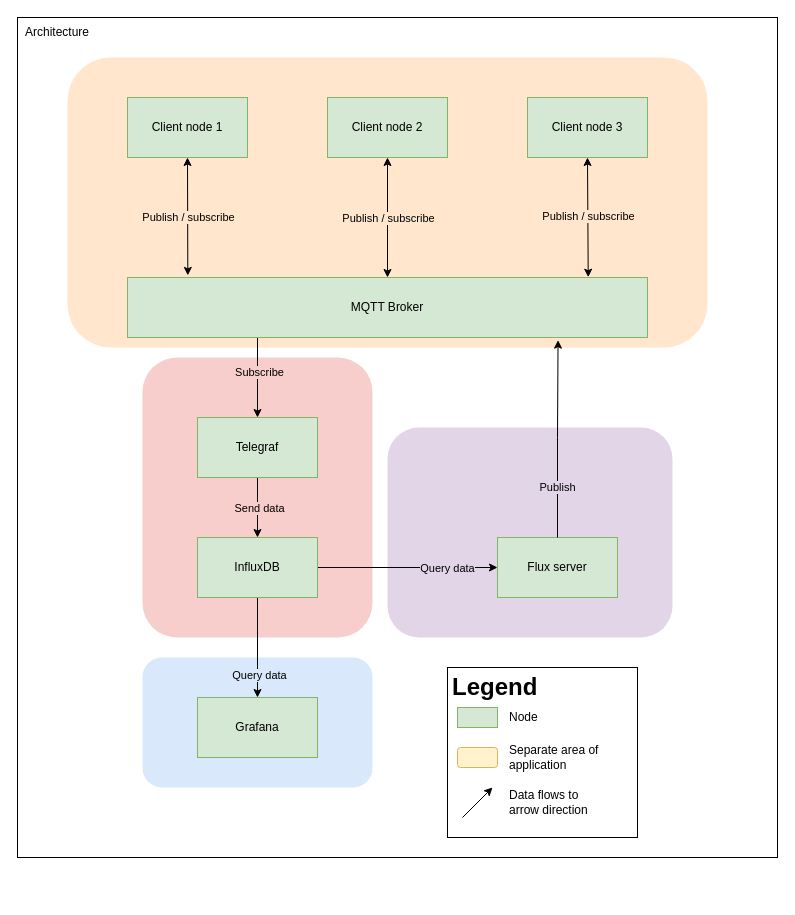
This is distributed-systems.drawio from makeri89/distributed-systems, a draw.io file, before an edit. Source tidied: cells renumbered, new cells numbered last; positions are measured from the earlier drawing's top-left corner, leaving out a move shared by most shapes. Both pictures are drawn from the tidied source at 100%, with x=0, y=0 at pixel (17, 17).
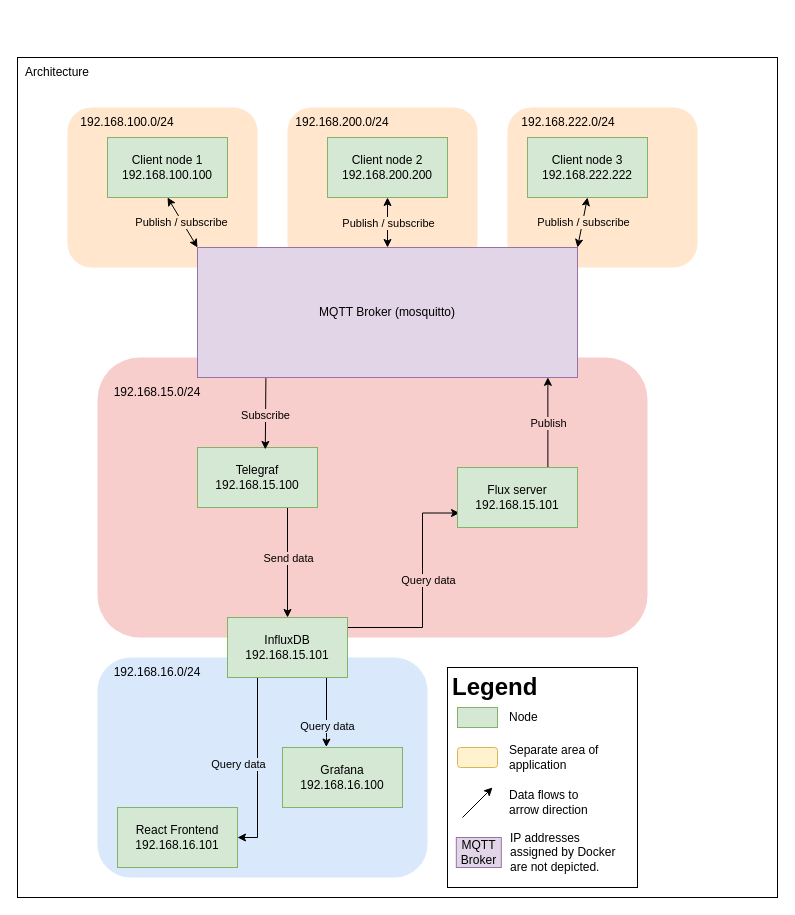
Above is the later version.

Commit message (it also covers changes not shown here):
update architecture drawing

Change to the diagram source:
```diff
@@
     <mxCell id="2" style="rounded=0;whiteSpace=wrap;html=1;" parent="1" vertex="1">
-      <mxGeometry width="760" height="840" as="geometry" />
+      <mxGeometry y="40" width="760" height="840" as="geometry" />
     </mxCell>
-    <mxCell id="3" style="rounded=1;whiteSpace=wrap;html=1;fillColor=#E1D5E7;strokeColor=none;" parent="1" vertex="1">
-      <mxGeometry x="370" y="410" width="285" height="210" as="geometry" />
-    </mxCell>
+    <mxCell id="39" value="&lt;div style=&quot;&quot;&gt;&lt;br&gt;&lt;/div&gt;" style="rounded=1;whiteSpace=wrap;html=1;strokeColor=none;fillColor=#ffe6cc;align=left;" parent="1" vertex="1">
+      <mxGeometry x="490" y="90" width="190" height="160" as="geometry" />
+    </mxCell>
+    <mxCell id="40" value="192.168.222.0/24" style="text;html=1;strokeColor=none;fillColor=none;align=center;verticalAlign=middle;whiteSpace=wrap;rounded=0;" parent="1" vertex="1">
+      <mxGeometry x="521.2" y="90" width="60" height="30" as="geometry" />
+    </mxCell>
+    <mxCell id="41" value="&lt;div style=&quot;&quot;&gt;&lt;br&gt;&lt;/div&gt;" style="rounded=1;whiteSpace=wrap;html=1;strokeColor=none;fillColor=#ffe6cc;align=left;" parent="1" vertex="1">
+      <mxGeometry x="270" y="90" width="190" height="160" as="geometry" />
+    </mxCell>
+    <mxCell id="42" value="192.168.200.0/24" style="text;html=1;strokeColor=none;fillColor=none;align=center;verticalAlign=middle;whiteSpace=wrap;rounded=0;" parent="1" vertex="1">
+      <mxGeometry x="295" y="90" width="60" height="30" as="geometry" />
+    </mxCell>
     <mxCell id="4" style="rounded=1;whiteSpace=wrap;html=1;strokeColor=none;fillColor=#DAE8FC;" parent="1" vertex="1">
-      <mxGeometry x="125" y="640" width="230" height="130" as="geometry" />
+      <mxGeometry x="80" y="640" width="330" height="220" as="geometry" />
     </mxCell>
     <mxCell id="5" style="rounded=1;whiteSpace=wrap;html=1;fillColor=#F8CECC;strokeColor=none;" parent="1" vertex="1">
-      <mxGeometry x="125" y="340" width="230" height="280" as="geometry" />
+      <mxGeometry x="80" y="340" width="550" height="280" as="geometry" />
     </mxCell>
-    <mxCell id="6" style="rounded=1;whiteSpace=wrap;html=1;strokeColor=none;fillColor=#ffe6cc;" parent="1" vertex="1">
-      <mxGeometry x="50" y="40" width="640" height="290" as="geometry" />
+    <mxCell id="6" value="&lt;div style=&quot;&quot;&gt;&lt;br&gt;&lt;/div&gt;" style="rounded=1;whiteSpace=wrap;html=1;strokeColor=none;fillColor=#ffe6cc;align=left;" parent="1" vertex="1">
+      <mxGeometry x="50" y="90" width="190" height="160" as="geometry" />
     </mxCell>
-    <mxCell id="7" style="edgeStyle=orthogonalEdgeStyle;rounded=0;jettySize=auto;html=1;exitX=0.25;exitY=1;exitDx=0;exitDy=0;entryX=0.5;entryY=0;entryDx=0;entryDy=0;" parent="1" edge="1" source="9" target="21">
-      <mxGeometry relative="1" as="geometry" />
-    </mxCell>
-    <mxCell id="8" value="Subscribe" style="edgeLabel;html=1;align=center;verticalAlign=middle;labelBackgroundColor=#F8CECC;" parent="7" vertex="1">
-      <mxGeometry x="-0.14" y="1" relative="1" as="geometry" />
-    </mxCell>
-    <mxCell id="9" value="&lt;div&gt;MQTT Broker&lt;/div&gt;" style="rounded=0;whiteSpace=wrap;html=1;fillColor=#d5e8d4;strokeColor=#82b366;" parent="1" vertex="1">
-      <mxGeometry x="110" y="260" width="520" height="60" as="geometry" />
+    <mxCell id="9" value="MQTT Broker (mosquitto)" style="rounded=0;whiteSpace=wrap;html=1;fillColor=#e1d5e7;strokeColor=#9673a6;glass=0;shadow=0;" parent="1" vertex="1">
+      <mxGeometry x="180" y="230" width="380" height="130" as="geometry" />
     </mxCell>
-    <mxCell id="10" value="&lt;div&gt;Client node 1&lt;br&gt;&lt;/div&gt;" style="rounded=0;whiteSpace=wrap;html=1;fillColor=#d5e8d4;strokeColor=#82b366;" parent="1" vertex="1">
-      <mxGeometry x="110" y="80" width="120" height="60" as="geometry" />
+    <mxCell id="10" value="&lt;div&gt;Client node 1&lt;br&gt;192.168.100.100&lt;/div&gt;" style="rounded=0;whiteSpace=wrap;html=1;fillColor=#d5e8d4;strokeColor=#82b366;" parent="1" vertex="1">
+      <mxGeometry x="90" y="120" width="120" height="60" as="geometry" />
     </mxCell>
-    <mxCell id="11" value="&lt;div&gt;Client node 2&lt;br&gt;&lt;/div&gt;" style="rounded=0;whiteSpace=wrap;html=1;fillColor=#d5e8d4;strokeColor=#82b366;" parent="1" vertex="1">
-      <mxGeometry x="310" y="80" width="120" height="60" as="geometry" />
+    <mxCell id="11" value="&lt;div&gt;Client node 2&lt;br&gt;192.168.200.200&lt;/div&gt;" style="rounded=0;whiteSpace=wrap;html=1;fillColor=#d5e8d4;strokeColor=#82b366;" parent="1" vertex="1">
+      <mxGeometry x="310" y="120" width="120" height="60" as="geometry" />
     </mxCell>
-    <mxCell id="12" value="&lt;div&gt;Client node 3&lt;br&gt;&lt;/div&gt;" style="rounded=0;whiteSpace=wrap;html=1;fillColor=#d5e8d4;strokeColor=#82b366;" parent="1" vertex="1">
-      <mxGeometry x="510" y="80" width="120" height="60" as="geometry" />
+    <mxCell id="12" value="&lt;div&gt;Client node 3&lt;br&gt;192.168.222.222&lt;/div&gt;" style="rounded=0;whiteSpace=wrap;html=1;fillColor=#d5e8d4;strokeColor=#82b366;" parent="1" vertex="1">
+      <mxGeometry x="510" y="120" width="120" height="60" as="geometry" />
     </mxCell>
-    <mxCell id="13" style="rounded=0;jettySize=auto;html=1;exitX=0.5;exitY=1;exitDx=0;exitDy=0;entryX=0.116;entryY=-0.035;entryDx=0;entryDy=0;entryPerimeter=0;startArrow=classic;startFill=1;" parent="1" edge="1" source="10" target="9">
-      <mxGeometry relative="1" as="geometry" />
-    </mxCell>
-    <mxCell id="14" value="Publish / subscribe" style="edgeLabel;html=1;align=center;verticalAlign=middle;labelBackgroundColor=#FFE6CC;" parent="13" vertex="1">
-      <mxGeometry x="-0.09" relative="1" as="geometry">
-        <mxPoint y="6" as="offset" />
-      </mxGeometry>
-    </mxCell>
@@
-    <mxCell id="17" style="rounded=0;jettySize=auto;html=1;exitX=0.5;exitY=1;exitDx=0;exitDy=0;entryX=0.886;entryY=-0.005;entryDx=0;entryDy=0;startArrow=classic;startFill=1;entryPerimeter=0;" parent="1" edge="1" source="12" target="9">
+    <mxCell id="17" style="rounded=0;jettySize=auto;html=1;exitX=0.5;exitY=1;exitDx=0;exitDy=0;startArrow=classic;startFill=1;entryX=1;entryY=0;entryDx=0;entryDy=0;" parent="1" edge="1" source="12" target="9">
       <mxGeometry relative="1" as="geometry" />
     </mxCell>
@@
     <mxCell id="19" style="edgeStyle=orthogonalEdgeStyle;rounded=0;jettySize=auto;html=1;exitX=0.5;exitY=1;exitDx=0;exitDy=0;entryX=0.5;entryY=0;entryDx=0;entryDy=0;" parent="1" edge="1" source="21" target="26">
-      <mxGeometry relative="1" as="geometry" />
+      <mxGeometry relative="1" as="geometry">
+        <Array as="points">
+          <mxPoint x="270" y="460" />
+        </Array>
+      </mxGeometry>
     </mxCell>
     <mxCell id="20" value="Send data" style="edgeLabel;html=1;align=center;verticalAlign=middle;labelBackgroundColor=#F8CECC;" parent="19" vertex="1">
-      <mxGeometry x="0.01" y="1" relative="1" as="geometry" />
+      <mxGeometry x="0.01" y="1" relative="1" as="geometry">
+        <mxPoint x="-1" y="39" as="offset" />
+      </mxGeometry>
     </mxCell>
-    <mxCell id="21" value="Telegraf" style="rounded=0;whiteSpace=wrap;html=1;fillColor=#d5e8d4;strokeColor=#82b366;" parent="1" vertex="1">
-      <mxGeometry x="180" y="400" width="120" height="60" as="geometry" />
+    <mxCell id="21" value="Telegraf&lt;br&gt;192.168.15.100" style="rounded=0;whiteSpace=wrap;html=1;fillColor=#d5e8d4;strokeColor=#82b366;" parent="1" vertex="1">
+      <mxGeometry x="180" y="430" width="120" height="60" as="geometry" />
     </mxCell>
-    <mxCell id="22" style="edgeStyle=orthogonalEdgeStyle;rounded=0;jettySize=auto;html=1;exitX=0.5;exitY=1;exitDx=0;exitDy=0;entryX=0.5;entryY=0;entryDx=0;entryDy=0;" parent="1" edge="1" source="26" target="28">
-      <mxGeometry relative="1" as="geometry" />
+    <mxCell id="22" style="edgeStyle=orthogonalEdgeStyle;rounded=0;jettySize=auto;html=1;exitX=0.5;exitY=1;exitDx=0;exitDy=0;entryX=0.365;entryY=-0.007;entryDx=0;entryDy=0;entryPerimeter=0;" parent="1" edge="1" source="26" target="28">
+      <mxGeometry relative="1" as="geometry">
+        <Array as="points">
+          <mxPoint x="270" y="650" />
+          <mxPoint x="309" y="650" />
+          <mxPoint x="309" y="720" />
+          <mxPoint x="309" y="720" />
+        </Array>
+      </mxGeometry>
     </mxCell>
     <mxCell id="23" value="Query data" style="edgeLabel;html=1;align=center;verticalAlign=middle;labelBackgroundColor=#DAE8FC;" parent="22" vertex="1">
-      <mxGeometry x="0.54" y="1" relative="1" as="geometry" />
+      <mxGeometry x="0.54" y="1" relative="1" as="geometry">
+        <mxPoint x="-1" y="8" as="offset" />
+      </mxGeometry>
     </mxCell>
-    <mxCell id="24" style="edgeStyle=orthogonalEdgeStyle;rounded=0;jettySize=auto;html=1;exitX=1;exitY=0.5;exitDx=0;exitDy=0;entryX=0;entryY=0.5;entryDx=0;entryDy=0;" parent="1" edge="1" source="26" target="27">
-      <mxGeometry relative="1" as="geometry" />
+    <mxCell id="24" style="edgeStyle=orthogonalEdgeStyle;rounded=0;jettySize=auto;html=1;exitX=1;exitY=0.5;exitDx=0;exitDy=0;entryX=0.017;entryY=0.759;entryDx=0;entryDy=0;entryPerimeter=0;" parent="1" edge="1" source="26" target="27">
+      <mxGeometry relative="1" as="geometry">
+        <Array as="points">
+          <mxPoint x="330" y="610" />
+          <mxPoint x="405" y="610" />
+          <mxPoint x="405" y="496" />
+        </Array>
+      </mxGeometry>
     </mxCell>
-    <mxCell id="25" value="Query data" style="edgeLabel;html=1;align=center;verticalAlign=middle;labelBackgroundColor=#E1D5E7;" parent="24" vertex="1">
+    <mxCell id="25" value="Query data" style="edgeLabel;html=1;align=center;verticalAlign=middle;labelBackgroundColor=#F8CECC;" parent="24" vertex="1">
       <mxGeometry x="0.48" y="-3" relative="1" as="geometry">
-        <mxPoint x="-4" y="-3" as="offset" />
+        <mxPoint x="2" y="39" as="offset" />
       </mxGeometry>
     </mxCell>
+    <mxCell id="43" style="edgeStyle=orthogonalEdgeStyle;rounded=0;jettySize=auto;html=1;exitX=0.25;exitY=1;exitDx=0;exitDy=0;" parent="1" edge="1" source="26" target="50">
+      <mxGeometry relative="1" as="geometry">
+        <Array as="points">
+          <mxPoint x="240" y="820" />
+        </Array>
+      </mxGeometry>
+    </mxCell>
+    <mxCell id="44" value="Query data" style="edgeLabel;html=1;align=center;verticalAlign=middle;labelBackgroundColor=#DAE8FC;" parent="43" vertex="1">
+      <mxGeometry x="-0.16" y="-1" relative="1" as="geometry">
+        <mxPoint x="-19" y="10" as="offset" />
+      </mxGeometry>
+    </mxCell>
-    <mxCell id="26" value="InfluxDB" style="rounded=0;whiteSpace=wrap;html=1;fillColor=#d5e8d4;strokeColor=#82b366;" parent="1" vertex="1">
-      <mxGeometry x="180" y="520" width="120" height="60" as="geometry" />
+    <mxCell id="26" value="InfluxDB&lt;br&gt;192.168.15.101" style="rounded=0;whiteSpace=wrap;html=1;fillColor=#d5e8d4;strokeColor=#82b366;" parent="1" vertex="1">
+      <mxGeometry x="210" y="600" width="120" height="60" as="geometry" />
     </mxCell>
-    <mxCell id="27" value="Flux server" style="rounded=0;whiteSpace=wrap;html=1;fillColor=#d5e8d4;strokeColor=#82b366;" parent="1" vertex="1">
-      <mxGeometry x="480" y="520" width="120" height="60" as="geometry" />
-    </mxCell>
-    <mxCell id="28" value="Grafana" style="rounded=0;whiteSpace=wrap;html=1;fillColor=#d5e8d4;strokeColor=#82b366;" parent="1" vertex="1">
-      <mxGeometry x="180" y="680" width="120" height="60" as="geometry" />
+    <mxCell id="28" value="Grafana&lt;br&gt;192.168.16.100" style="rounded=0;whiteSpace=wrap;html=1;fillColor=#d5e8d4;strokeColor=#82b366;" parent="1" vertex="1">
+      <mxGeometry x="265" y="730" width="120" height="60" as="geometry" />
     </mxCell>
-    <mxCell id="29" style="edgeStyle=orthogonalEdgeStyle;rounded=0;jettySize=auto;html=1;exitX=0.5;exitY=0;exitDx=0;exitDy=0;entryX=0.828;entryY=1.044;entryDx=0;entryDy=0;entryPerimeter=0;" parent="1" edge="1" source="27" target="9">
-      <mxGeometry relative="1" as="geometry" />
+    <mxCell id="29" style="edgeStyle=orthogonalEdgeStyle;rounded=0;jettySize=auto;html=1;exitX=0.5;exitY=0;exitDx=0;exitDy=0;entryX=0.922;entryY=0.999;entryDx=0;entryDy=0;entryPerimeter=0;" parent="1" edge="1" source="27" target="9">
+      <mxGeometry relative="1" as="geometry">
+        <Array as="points">
+          <mxPoint x="530" y="450" />
+        </Array>
+      </mxGeometry>
     </mxCell>
-    <mxCell id="30" value="Publish" style="edgeLabel;html=1;align=center;verticalAlign=middle;labelBackgroundColor=#E1D5E7;" parent="29" vertex="1">
+    <mxCell id="30" value="Publish" style="edgeLabel;html=1;align=center;verticalAlign=middle;labelBackgroundColor=#F8CECC;" parent="29" vertex="1">
       <mxGeometry x="0.02" y="-1" relative="1" as="geometry">
-        <mxPoint x="-2" y="50" as="offset" />
+        <mxPoint x="-1" y="-14" as="offset" />
       </mxGeometry>
     </mxCell>
     <mxCell id="31" value="&lt;h1&gt;Legend&lt;br&gt;&lt;/h1&gt;" style="text;html=1;strokeColor=default;fillColor=none;spacing=5;spacingTop=-20;whiteSpace=wrap;overflow=hidden;rounded=0;" parent="1" vertex="1">
-      <mxGeometry x="430" y="650" width="190" height="170" as="geometry" />
+      <mxGeometry x="430" y="650" width="190" height="220" as="geometry" />
     </mxCell>
@@
     <mxCell id="38" value="Architecture" style="text;html=1;strokeColor=none;fillColor=none;align=center;verticalAlign=middle;whiteSpace=wrap;rounded=0;" parent="1" vertex="1">
-      <mxGeometry x="10" width="60" height="30" as="geometry" />
+      <mxGeometry x="10" y="40" width="60" height="30" as="geometry" />
     </mxCell>
+    <mxCell id="45" value="192.168.100.0/24" style="text;html=1;strokeColor=none;fillColor=none;align=center;verticalAlign=middle;whiteSpace=wrap;rounded=0;" parent="1" vertex="1">
+      <mxGeometry x="80" y="90" width="60" height="30" as="geometry" />
+    </mxCell>
+    <mxCell id="46" value="192.168.15.0/24" style="text;html=1;strokeColor=none;fillColor=none;align=center;verticalAlign=middle;whiteSpace=wrap;rounded=0;" parent="1" vertex="1">
+      <mxGeometry x="110" y="360" width="60" height="30" as="geometry" />
+    </mxCell>
+    <mxCell id="47" value="192.168.16.0/24" style="text;html=1;strokeColor=none;fillColor=none;align=center;verticalAlign=middle;whiteSpace=wrap;rounded=0;" parent="1" vertex="1">
+      <mxGeometry x="110" y="640" width="60" height="30" as="geometry" />
+    </mxCell>
+    <mxCell id="27" value="Flux server&lt;br&gt;192.168.15.101" style="rounded=0;whiteSpace=wrap;html=1;fillColor=#d5e8d4;strokeColor=#82b366;" parent="1" vertex="1">
+      <mxGeometry x="440" y="450" width="120" height="60" as="geometry" />
+    </mxCell>
+    <mxCell id="48" value="IP addresses assigned by Docker are not depicted." style="text;html=1;strokeColor=none;fillColor=none;align=left;verticalAlign=middle;whiteSpace=wrap;rounded=0;" parent="1" vertex="1">
+      <mxGeometry x="491.2" y="820" width="120" height="30" as="geometry" />
+    </mxCell>
+    <mxCell id="49" value="&lt;div&gt;MQTT Broker&lt;/div&gt;" style="rounded=0;whiteSpace=wrap;html=1;fillColor=#e1d5e7;strokeColor=#9673a6;glass=0;shadow=0;" parent="1" vertex="1">
+      <mxGeometry x="438.8" y="820" width="45" height="30" as="geometry" />
+    </mxCell>
+    <mxCell id="50" value="React Frontend&lt;br&gt;192.168.16.101" style="rounded=0;whiteSpace=wrap;html=1;fillColor=#d5e8d4;strokeColor=#82b366;" parent="1" vertex="1">
+      <mxGeometry x="100" y="790" width="120" height="60" as="geometry" />
+    </mxCell>
+    <mxCell id="13" style="rounded=0;jettySize=auto;html=1;exitX=0.5;exitY=1;exitDx=0;exitDy=0;startArrow=classic;startFill=1;entryX=0;entryY=0;entryDx=0;entryDy=0;" parent="1" edge="1" source="10" target="9">
+      <mxGeometry relative="1" as="geometry" />
+    </mxCell>
+    <mxCell id="14" value="Publish / subscribe" style="edgeLabel;html=1;align=center;verticalAlign=middle;labelBackgroundColor=#FFE6CC;" parent="13" vertex="1">
+      <mxGeometry x="-0.09" relative="1" as="geometry">
+        <mxPoint y="1" as="offset" />
+      </mxGeometry>
+    </mxCell>
+    <mxCell id="7" style="endArrow=classic;html=1;rounded=0;exitX=0.18;exitY=1.005;exitDx=0;exitDy=0;exitPerimeter=0;entryX=0.565;entryY=0.032;entryDx=0;entryDy=0;entryPerimeter=0;" parent="1" edge="1" source="9" target="21">
+      <mxGeometry relative="1" as="geometry" />
+    </mxCell>
+    <mxCell id="8" value="Subscribe" style="edgeLabel;html=1;align=center;verticalAlign=middle;labelBackgroundColor=#F8CECC;" parent="7" vertex="1">
+      <mxGeometry x="0.05" y="-1" relative="1" as="geometry" />
+    </mxCell>
```
